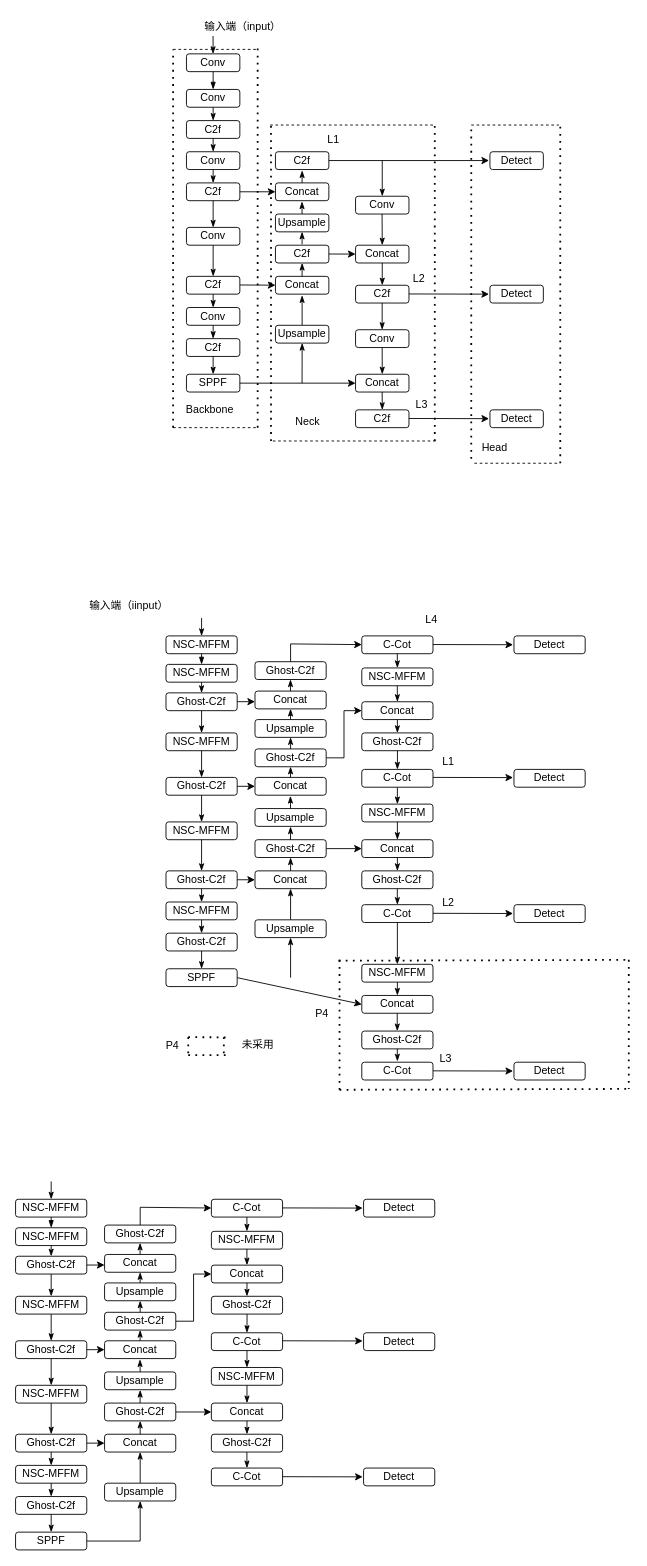
Earlier version of the draw.io diagram nscot_yolo.drawio (recluse99/tcp_ip). Source tidied: cells renumbered, new cells numbered last; positions are measured from the earlier drawing's top-left corner, leaving out a move shared by most shapes. Both pictures are drawn from the tidied source at 89%, with x=0, y=0 at pixel (15, 15).
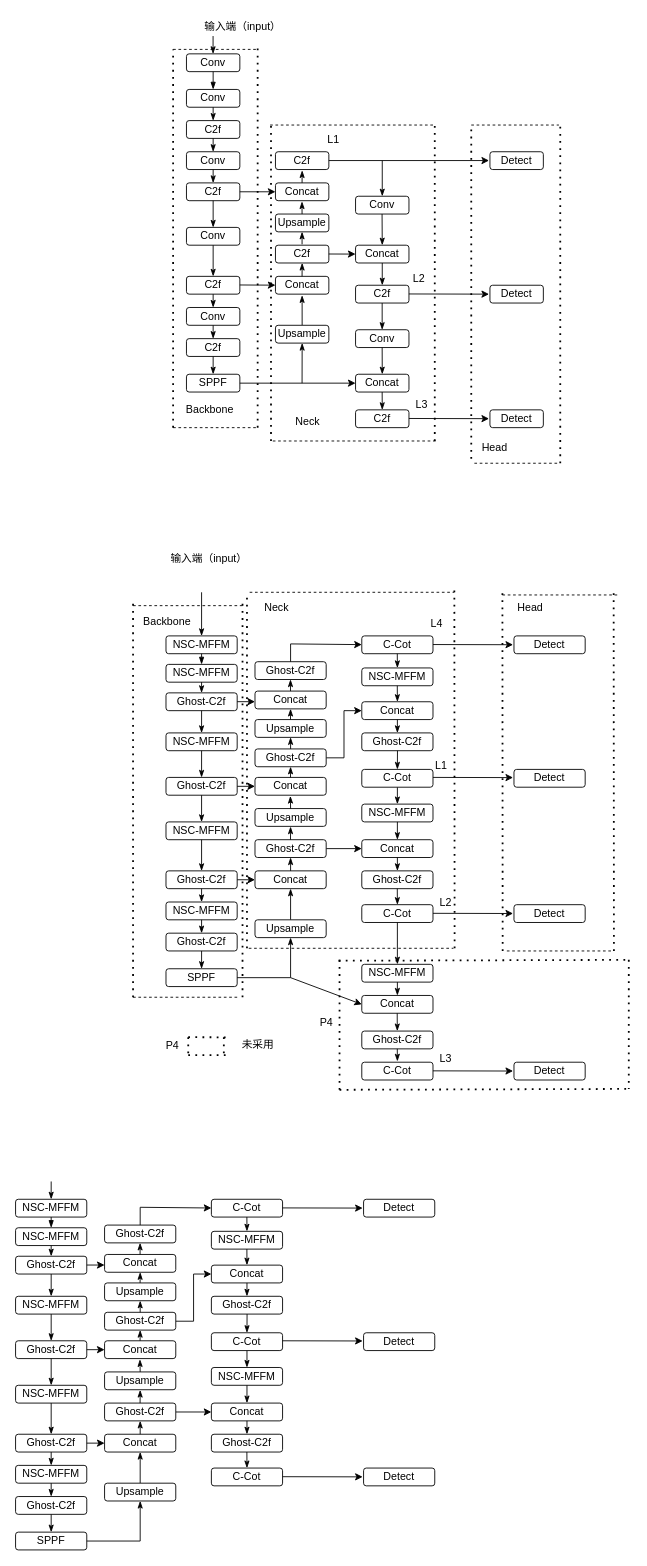
Above is the later version.

The change refers to these unchanged cells:
```xml
<mxCell id="74" value="SPPF" style="rounded=1;whiteSpace=wrap;html=1;" parent="1" vertex="1">
  <mxGeometry x="169" y="1071" width="80" height="20" as="geometry" />
</mxCell>
<mxCell id="88" value="Concat" style="rounded=1;whiteSpace=wrap;html=1;" parent="1" vertex="1">
  <mxGeometry x="389" y="1101" width="80" height="20" as="geometry" />
</mxCell>
```

Diff of the diagram source:
```diff
@@
-    <mxCell id="59" style="endArrow=classicThin;html=1;rounded=0;exitX=0.5;exitY=1;exitDx=0;exitDy=0;endFill=1;entryX=0.5;entryY=0;entryDx=0;entryDy=0;" parent="1" edge="1">
+    <mxCell id="59" style="endArrow=classicThin;html=1;rounded=0;endFill=1;entryX=0.5;entryY=0;entryDx=0;entryDy=0;" parent="1" edge="1">
       <mxGeometry relative="1" as="geometry">
-        <mxPoint x="209" y="677" as="sourcePoint" />
+        <mxPoint x="209" y="648" as="sourcePoint" />
         <mxPoint x="209" y="697" as="targetPoint" />
       </mxGeometry>
     </mxCell>
-    <mxCell id="60" value="输入端（iinput）" style="text;html=1;align=center;verticalAlign=middle;strokeColor=none;fillColor=none;" parent="1" vertex="1">
-      <mxGeometry x="73" y="650" width="107" height="26" as="geometry" />
+    <mxCell id="60" value="输入端（input）" style="text;html=1;align=center;verticalAlign=middle;strokeColor=none;fillColor=none;" parent="1" vertex="1">
+      <mxGeometry x="165" y="597" width="104" height="26" as="geometry" />
     </mxCell>
@@
     <mxCell id="94" style="endArrow=classic;html=1;rounded=0;exitX=1;exitY=0.5;exitDx=0;exitDy=0;entryX=0;entryY=0.5;entryDx=0;entryDy=0;" parent="1" edge="1" source="74" target="88">
-      <mxGeometry relative="1" as="geometry" />
+      <mxGeometry relative="1" as="geometry">
+        <Array as="points">
+          <mxPoint x="309" y="1081" />
+        </Array>
+      </mxGeometry>
     </mxCell>
@@
     <mxCell id="146" value="L4" style="text;html=1;align=center;verticalAlign=middle;strokeColor=none;fillColor=none;" parent="1" vertex="1">
-      <mxGeometry x="451" y="666" width="31" height="26" as="geometry" />
+      <mxGeometry x="457" y="670" width="31" height="26" as="geometry" />
     </mxCell>
     <mxCell id="147" value="L1" style="text;html=1;align=center;verticalAlign=middle;strokeColor=none;fillColor=none;" parent="1" vertex="1">
-      <mxGeometry x="470" y="826" width="31" height="26" as="geometry" />
+      <mxGeometry x="462" y="830" width="31" height="26" as="geometry" />
     </mxCell>
     <mxCell id="148" value="L2" style="text;html=1;align=center;verticalAlign=middle;strokeColor=none;fillColor=none;" parent="1" vertex="1">
-      <mxGeometry x="470" y="984" width="31" height="26" as="geometry" />
+      <mxGeometry x="467" y="984" width="31" height="26" as="geometry" />
     </mxCell>
@@
     <mxCell id="150" value="P4" style="text;html=1;align=center;verticalAlign=middle;strokeColor=none;fillColor=none;" parent="1" vertex="1">
-      <mxGeometry x="327" y="1109" width="33" height="26" as="geometry" />
+      <mxGeometry x="332" y="1119" width="33" height="26" as="geometry" />
     </mxCell>
@@
+    <mxCell id="239" style="endArrow=none;dashed=1;html=1;dashPattern=1 3;strokeWidth=2;rounded=0;" parent="1" edge="1">
+      <mxGeometry relative="1" as="geometry">
+        <mxPoint x="132" y="1103" as="sourcePoint" />
+        <mxPoint x="132" y="658" as="targetPoint" />
+      </mxGeometry>
+    </mxCell>
+    <mxCell id="240" style="endArrow=none;dashed=1;html=1;rounded=0;" parent="1" edge="1">
+      <mxGeometry relative="1" as="geometry">
+        <mxPoint x="132" y="1103" as="sourcePoint" />
+        <mxPoint x="252" y="1103" as="targetPoint" />
+      </mxGeometry>
+    </mxCell>
+    <mxCell id="241" style="endArrow=none;dashed=1;html=1;dashPattern=1 3;strokeWidth=2;rounded=0;" parent="1" edge="1">
+      <mxGeometry relative="1" as="geometry">
+        <mxPoint x="255" y="1103" as="sourcePoint" />
+        <mxPoint x="255" y="658" as="targetPoint" />
+      </mxGeometry>
+    </mxCell>
+    <mxCell id="242" style="endArrow=none;dashed=1;html=1;rounded=0;" parent="1" edge="1">
+      <mxGeometry relative="1" as="geometry">
+        <mxPoint x="132" y="663" as="sourcePoint" />
+        <mxPoint x="257" y="663" as="targetPoint" />
+      </mxGeometry>
+    </mxCell>
+    <mxCell id="243" value="Backbone" style="text;html=1;align=center;verticalAlign=middle;strokeColor=none;fillColor=none;" parent="1" vertex="1">
+      <mxGeometry x="132" y="666" width="75" height="30" as="geometry" />
+    </mxCell>
+    <mxCell id="244" style="endArrow=none;dashed=1;html=1;dashPattern=1 3;strokeWidth=2;rounded=0;" parent="1" edge="1">
+      <mxGeometry relative="1" as="geometry">
+        <mxPoint x="260" y="1048" as="sourcePoint" />
+        <mxPoint x="260" y="648" as="targetPoint" />
+      </mxGeometry>
+    </mxCell>
+    <mxCell id="245" style="endArrow=none;dashed=1;html=1;rounded=0;" parent="1" edge="1">
+      <mxGeometry relative="1" as="geometry">
+        <mxPoint x="262" y="1048" as="sourcePoint" />
+        <mxPoint x="492" y="1048" as="targetPoint" />
+      </mxGeometry>
+    </mxCell>
+    <mxCell id="246" style="endArrow=none;dashed=1;html=1;dashPattern=1 3;strokeWidth=2;rounded=0;" parent="1" edge="1">
+      <mxGeometry relative="1" as="geometry">
+        <mxPoint x="493.3" y="1048" as="sourcePoint" />
+        <mxPoint x="493" y="643" as="targetPoint" />
+      </mxGeometry>
+    </mxCell>
+    <mxCell id="247" style="endArrow=none;dashed=1;html=1;rounded=0;" parent="1" edge="1">
+      <mxGeometry relative="1" as="geometry">
+        <mxPoint x="263" y="648" as="sourcePoint" />
+        <mxPoint x="493" y="648" as="targetPoint" />
+      </mxGeometry>
+    </mxCell>
+    <mxCell id="248" value="Neck" style="text;html=1;align=center;verticalAlign=middle;strokeColor=none;fillColor=none;" parent="1" vertex="1">
+      <mxGeometry x="268" y="651" width="50" height="30" as="geometry" />
+    </mxCell>
+    <mxCell id="249" style="endArrow=none;dashed=1;html=1;dashPattern=1 3;strokeWidth=2;rounded=0;" parent="1" edge="1">
+      <mxGeometry relative="1" as="geometry">
+        <mxPoint x="547.3" y="1051" as="sourcePoint" />
+        <mxPoint x="547" y="646" as="targetPoint" />
+      </mxGeometry>
+    </mxCell>
+    <mxCell id="250" style="endArrow=none;dashed=1;html=1;rounded=0;" parent="1" edge="1">
+      <mxGeometry relative="1" as="geometry">
+        <mxPoint x="552" y="1051" as="sourcePoint" />
+        <mxPoint x="672" y="1051" as="targetPoint" />
+      </mxGeometry>
+    </mxCell>
+    <mxCell id="251" style="endArrow=none;dashed=1;html=1;dashPattern=1 3;strokeWidth=2;rounded=0;" parent="1" edge="1">
+      <mxGeometry relative="1" as="geometry">
+        <mxPoint x="672.3" y="1051" as="sourcePoint" />
+        <mxPoint x="672" y="646" as="targetPoint" />
+      </mxGeometry>
+    </mxCell>
+    <mxCell id="252" style="endArrow=none;dashed=1;html=1;rounded=0;" parent="1" edge="1">
+      <mxGeometry relative="1" as="geometry">
+        <mxPoint x="547" y="651" as="sourcePoint" />
+        <mxPoint x="677" y="651" as="targetPoint" />
+      </mxGeometry>
+    </mxCell>
+    <mxCell id="253" value="Head" style="text;html=1;align=center;verticalAlign=middle;strokeColor=none;fillColor=none;" parent="1" vertex="1">
+      <mxGeometry x="553" y="651" width="50" height="30" as="geometry" />
+    </mxCell>
```
